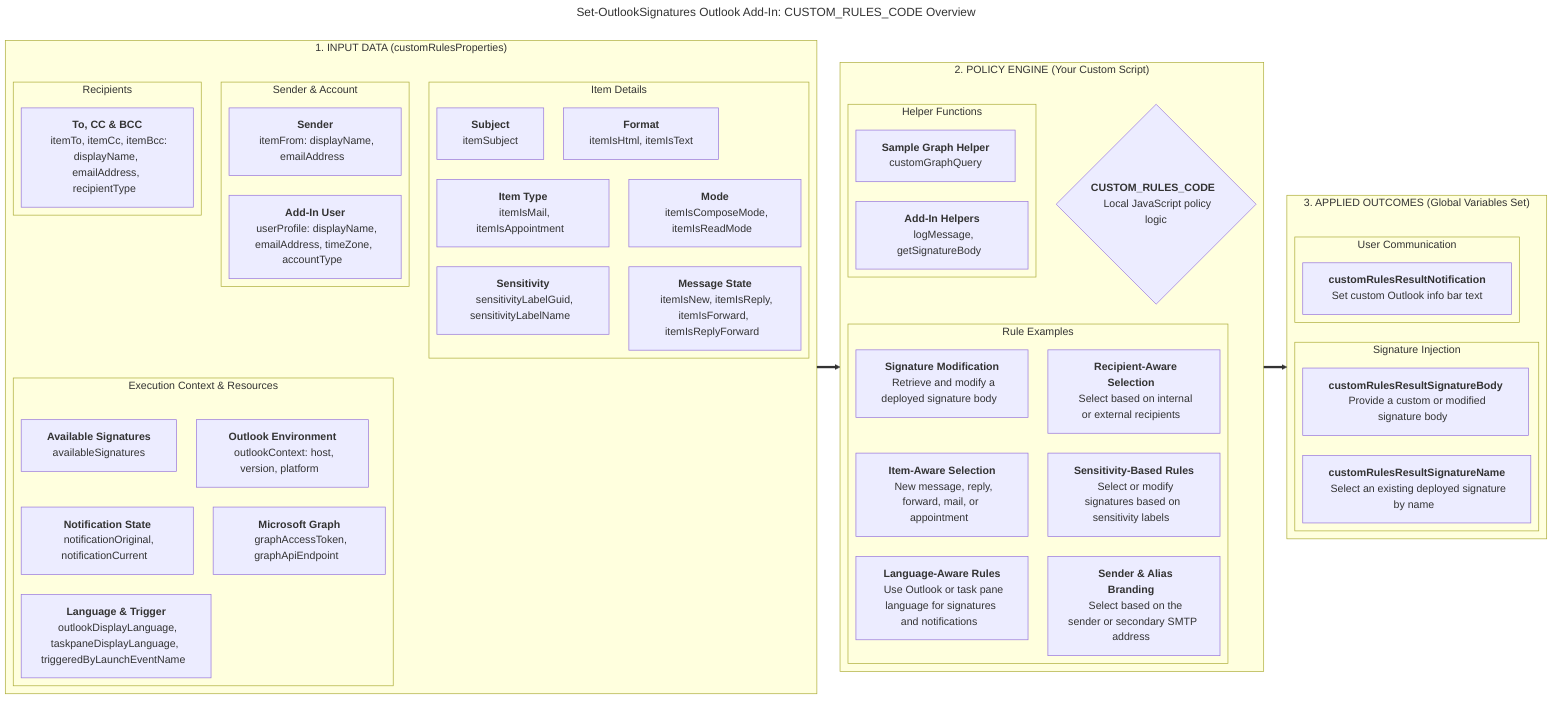
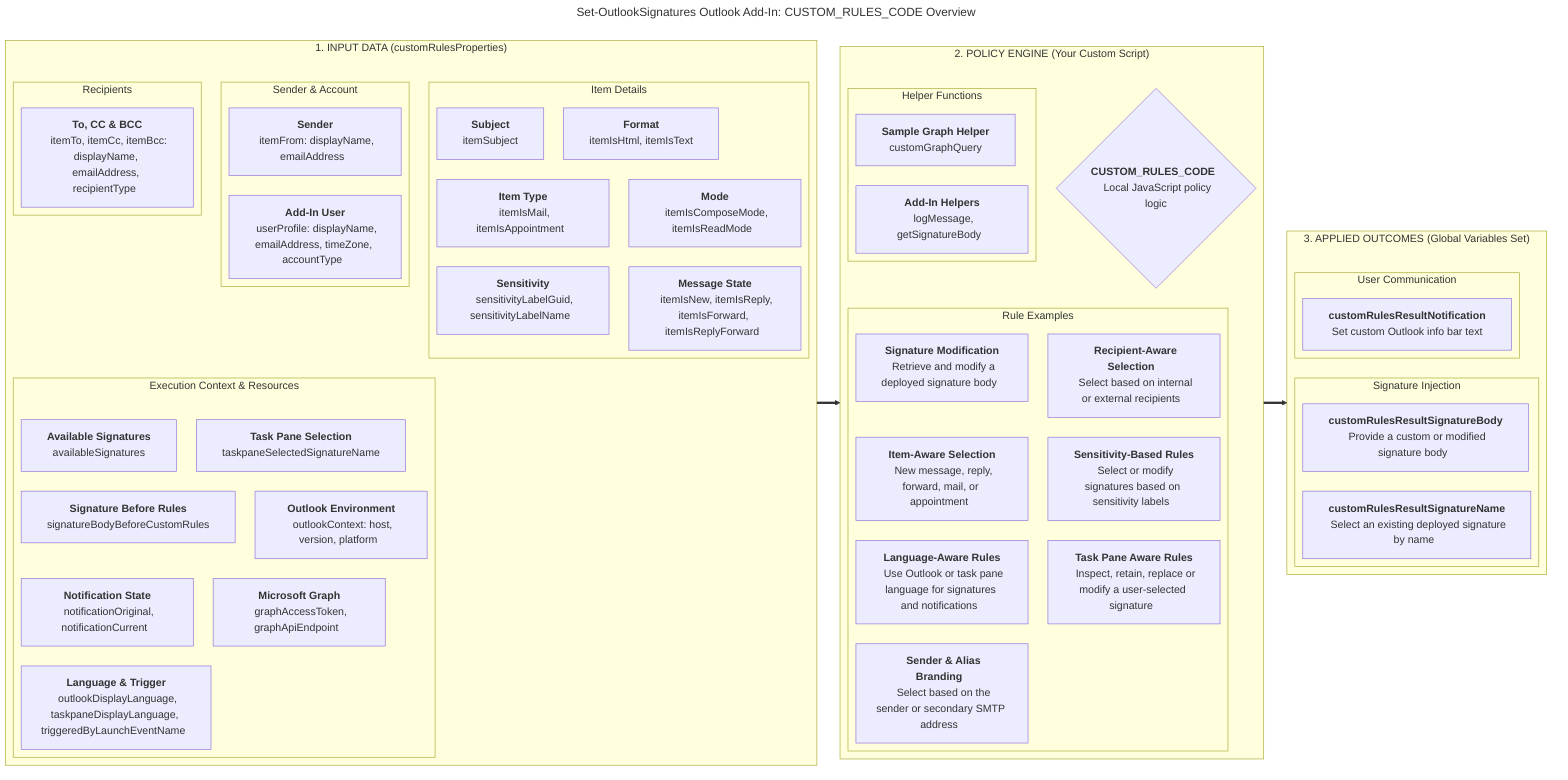
---
title: "Set-OutlookSignatures Outlook Add-In: CUSTOM_RULES_CODE Overview"
config:
  layout: elk
---

flowchart LR

%% STAGE 1: INPUT CONTEXT DATA
subgraph STAGE1["&nbsp;&nbsp;1. INPUT DATA (customRulesProperties)&nbsp;&nbsp;"]
  direction TB

  subgraph Group1["&nbsp;&nbsp;Sender & Account&nbsp;&nbsp;"]
    direction TB
    D1["&nbsp;&nbsp;<b>Sender</b>&nbsp;&nbsp;<br>&nbsp;&nbsp;itemFrom: displayName, emailAddress&nbsp;&nbsp;"]
    D2["&nbsp;&nbsp;<b>Add-In User</b>&nbsp;&nbsp;<br>&nbsp;&nbsp;userProfile: displayName, emailAddress, timeZone, accountType&nbsp;&nbsp;"]
  end

  subgraph Group2["&nbsp;&nbsp;Recipients&nbsp;&nbsp;"]
    direction TB
    R1["&nbsp;&nbsp;<b>To, CC & BCC</b>&nbsp;&nbsp;<br>&nbsp;&nbsp;itemTo, itemCc, itemBcc: displayName, emailAddress, recipientType&nbsp;&nbsp;"]
  end

  subgraph Group3["&nbsp;&nbsp;Item Details&nbsp;&nbsp;"]
    direction TB
    I1["&nbsp;&nbsp;<b>Item Type</b>&nbsp;&nbsp;<br>&nbsp;&nbsp;itemIsMail, itemIsAppointment&nbsp;&nbsp;"]
    I2["&nbsp;&nbsp;<b>Mode</b>&nbsp;&nbsp;<br>&nbsp;&nbsp;itemIsComposeMode, itemIsReadMode&nbsp;&nbsp;"]
    I3["&nbsp;&nbsp;<b>Message State</b>&nbsp;&nbsp;<br>&nbsp;&nbsp;itemIsNew, itemIsReply, itemIsForward, itemIsReplyForward&nbsp;&nbsp;"]
    I4["&nbsp;&nbsp;<b>Format</b>&nbsp;&nbsp;<br>&nbsp;&nbsp;itemIsHtml, itemIsText&nbsp;&nbsp;"]
    I5["&nbsp;&nbsp;<b>Subject</b>&nbsp;&nbsp;<br>&nbsp;&nbsp;itemSubject&nbsp;&nbsp;"]
    I6["&nbsp;&nbsp;<b>Sensitivity</b>&nbsp;&nbsp;<br>&nbsp;&nbsp;sensitivityLabelGuid, sensitivityLabelName&nbsp;&nbsp;"]
  end

  subgraph Group4["&nbsp;&nbsp;Execution Context & Resources&nbsp;&nbsp;"]
    direction TB
    C1["&nbsp;&nbsp;<b>Outlook Environment</b>&nbsp;&nbsp;<br>&nbsp;&nbsp;outlookContext: host, version, platform&nbsp;&nbsp;"]
    C2["&nbsp;&nbsp;<b>Language & Trigger</b>&nbsp;&nbsp;<br>&nbsp;&nbsp;outlookDisplayLanguage, taskpaneDisplayLanguage, triggeredByLaunchEventName&nbsp;&nbsp;"]
    C3["&nbsp;&nbsp;<b>Available Signatures</b>&nbsp;&nbsp;<br>&nbsp;&nbsp;availableSignatures&nbsp;&nbsp;"]
    C4["&nbsp;&nbsp;<b>Notification State</b>&nbsp;&nbsp;<br>&nbsp;&nbsp;notificationOriginal, notificationCurrent&nbsp;&nbsp;"]
    C5["&nbsp;&nbsp;<b>Microsoft Graph</b>&nbsp;&nbsp;<br>&nbsp;&nbsp;graphAccessToken, graphApiEndpoint&nbsp;&nbsp;"]
+     C6["&nbsp;&nbsp;<b>Task Pane Selection</b>&nbsp;&nbsp;<br>&nbsp;&nbsp;taskpaneSelectedSignatureName&nbsp;&nbsp;"]
+     C7["&nbsp;&nbsp;<b>Signature Before Rules</b>&nbsp;&nbsp;<br>&nbsp;&nbsp;signatureBodyBeforeCustomRules&nbsp;&nbsp;"]
  end
end

%% STAGE 2: PROCESSING ENGINE
subgraph STAGE2["&nbsp;&nbsp;2. POLICY ENGINE (Your Custom Script)&nbsp;&nbsp;"]
  direction TB

  Engine{"<b>CUSTOM_RULES_CODE</b>&nbsp;&nbsp;<br>&nbsp;&nbsp;Local JavaScript policy logic"}

  subgraph Helpers["&nbsp;&nbsp;Helper Functions&nbsp;&nbsp;"]
    direction TB
    H1["&nbsp;&nbsp;<b>Add-In Helpers</b>&nbsp;&nbsp;<br>&nbsp;&nbsp;logMessage, getSignatureBody&nbsp;&nbsp;"]
    H2["&nbsp;&nbsp;<b>Sample Graph Helper</b>&nbsp;&nbsp;<br>&nbsp;&nbsp;customGraphQuery&nbsp;&nbsp;"]
  end

  subgraph UseCases["&nbsp;&nbsp;Rule Examples&nbsp;&nbsp;"]
    direction TB
    UC1["&nbsp;&nbsp;<b>Sender & Alias Branding</b>&nbsp;&nbsp;<br>&nbsp;&nbsp;Select based on the sender or secondary SMTP address&nbsp;&nbsp;"]
    UC2["&nbsp;&nbsp;<b>Recipient-Aware Selection</b>&nbsp;&nbsp;<br>&nbsp;&nbsp;Select based on internal or external recipients&nbsp;&nbsp;"]
    UC3["&nbsp;&nbsp;<b>Item-Aware Selection</b>&nbsp;&nbsp;<br>&nbsp;&nbsp;New message, reply, forward, mail, or appointment&nbsp;&nbsp;"]
    UC4["&nbsp;&nbsp;<b>Sensitivity-Based Rules</b>&nbsp;&nbsp;<br>&nbsp;&nbsp;Select or modify signatures based on sensitivity labels&nbsp;&nbsp;"]
    UC5["&nbsp;&nbsp;<b>Language-Aware Rules</b>&nbsp;&nbsp;<br>&nbsp;&nbsp;Use Outlook or task pane language for signatures and notifications&nbsp;&nbsp;"]
    UC6["&nbsp;&nbsp;<b>Signature Modification</b>&nbsp;&nbsp;<br>&nbsp;&nbsp;Retrieve and modify a deployed signature body&nbsp;&nbsp;"]
+     UC7["&nbsp;&nbsp;<b>Task Pane Aware Rules</b>&nbsp;&nbsp;<br>&nbsp;&nbsp;Inspect, retain, replace or modify a user-selected signature&nbsp;&nbsp;"]
  end
end

%% STAGE 3: OUTPUT ACTIONS
subgraph STAGE3["&nbsp;&nbsp;3. APPLIED OUTCOMES (Global Variables Set)&nbsp;&nbsp;"]
  direction TB

  subgraph OutSig["&nbsp;&nbsp;Signature Injection&nbsp;&nbsp;"]
    direction TB
    O1["&nbsp;&nbsp;<b>customRulesResultSignatureName</b>&nbsp;&nbsp;<br>&nbsp;&nbsp;Select an existing deployed signature by name&nbsp;&nbsp;"]
    O2["&nbsp;&nbsp;<b>customRulesResultSignatureBody</b>&nbsp;&nbsp;<br>&nbsp;&nbsp;Provide a custom or modified signature body&nbsp;&nbsp;"]
  end

  subgraph OutNotif["&nbsp;&nbsp;User Communication&nbsp;&nbsp;"]
    direction TB
    O3["&nbsp;&nbsp;<b>customRulesResultNotification</b>&nbsp;&nbsp;<br>&nbsp;&nbsp;Set custom Outlook info bar text&nbsp;&nbsp;"]
  end
end

%% STAGE-TO-STAGE PIPELINE LINKS ONLY
STAGE1 ==> STAGE2
STAGE2 ==> STAGE3